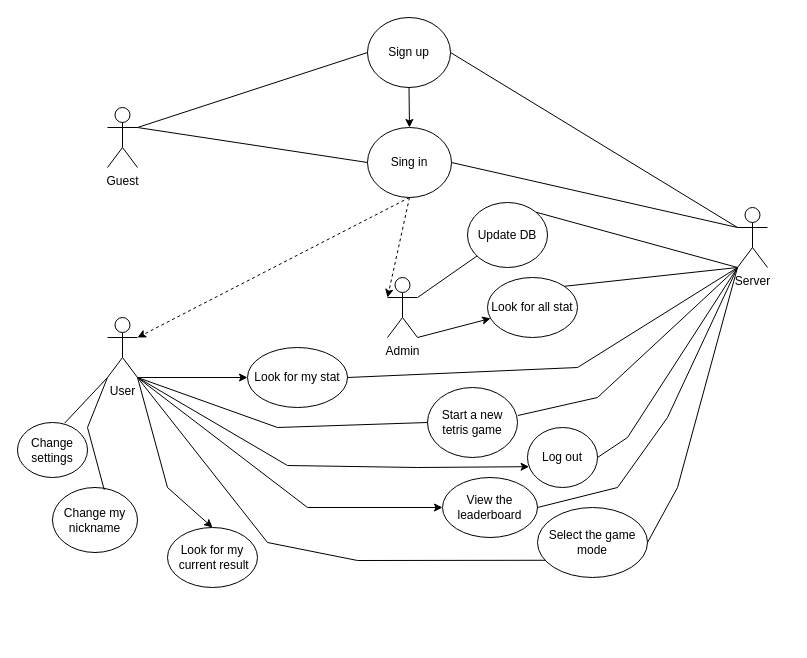
The draw.io diagram page "Usecase" (1 of 2) of diagram.drawio in Esper77/Math-test, before the edit. Source tidied: cells renumbered, new cells numbered last; positions are measured from the earlier drawing's top-left corner, leaving out a move shared by most shapes. Both pictures are drawn from the tidied source at 100%, with x=0, y=0 at pixel (17, 17).
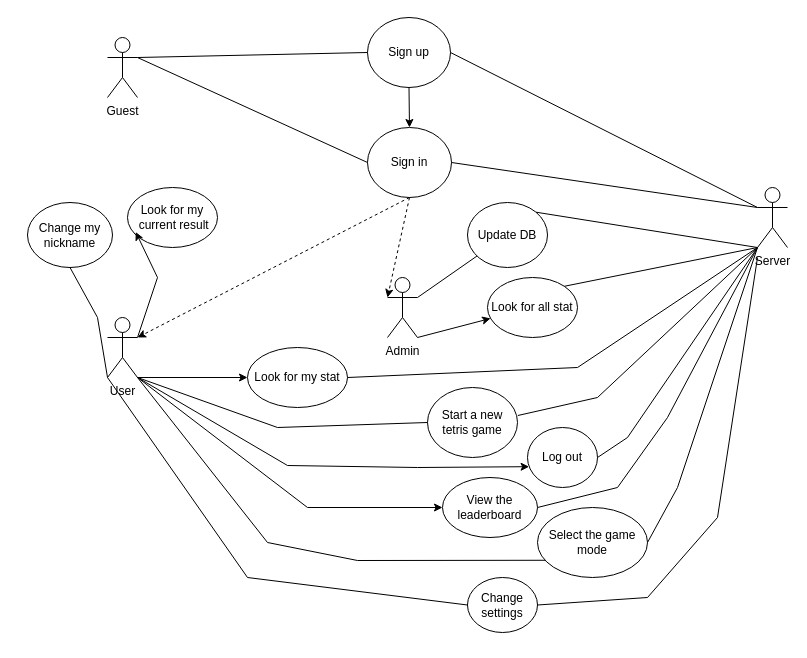
The same page after the edit.

Unchanged cells that the change refers to:
```xml
<mxCell id="4" value="User" style="shape=umlActor;verticalLabelPosition=bottom;verticalAlign=top;html=1;outlineConnect=0;" parent="1" vertex="1">
  <mxGeometry x="90" y="300" width="30" height="60" as="geometry" />
</mxCell>
<mxCell id="24" value="Select the game mode" style="ellipse;whiteSpace=wrap;html=1;" parent="1" vertex="1">
  <mxGeometry x="520" y="490" width="110" height="70" as="geometry" />
</mxCell>
<mxCell id="25" value="Start a new tetris game" style="ellipse;whiteSpace=wrap;html=1;" parent="1" vertex="1">
  <mxGeometry x="410" y="370" width="90" height="70" as="geometry" />
</mxCell>
<mxCell id="32" value="Log out" style="ellipse;whiteSpace=wrap;html=1;" parent="1" vertex="1">
  <mxGeometry x="510" y="410" width="70" height="60" as="geometry" />
</mxCell>
```

The edit, as a diff of the source:
```diff
@@
     <mxCell id="2" value="Guest" style="shape=umlActor;verticalLabelPosition=bottom;verticalAlign=top;html=1;outlineConnect=0;" parent="1" vertex="1">
-      <mxGeometry x="90" y="90" width="30" height="60" as="geometry" />
+      <mxGeometry x="90" y="20" width="30" height="60" as="geometry" />
     </mxCell>
@@
-    <mxCell id="6" value="Sing in" style="ellipse;whiteSpace=wrap;html=1;" parent="1" vertex="1">
+    <mxCell id="6" value="Sign in" style="ellipse;whiteSpace=wrap;html=1;" parent="1" vertex="1">
       <mxGeometry x="350" y="110" width="84" height="70" as="geometry" />
     </mxCell>
@@
     <mxCell id="8" value="Server&lt;div&gt;&lt;br&gt;&lt;/div&gt;" style="shape=umlActor;verticalLabelPosition=bottom;verticalAlign=top;html=1;outlineConnect=0;" parent="1" vertex="1">
-      <mxGeometry x="720" y="190" width="30" height="60" as="geometry" />
+      <mxGeometry x="740" y="170" width="30" height="60" as="geometry" />
     </mxCell>
@@
     <mxCell id="28" value="Change settings" style="ellipse;whiteSpace=wrap;html=1;" parent="1" vertex="1">
-      <mxGeometry y="405" width="70" height="55" as="geometry" />
+      <mxGeometry x="450" y="560" width="70" height="55" as="geometry" />
     </mxCell>
-    <mxCell id="29" style="endArrow=none;html=1;rounded=0;entryX=0.674;entryY=0.011;entryDx=0;entryDy=0;entryPerimeter=0;endFill=1;exitX=0;exitY=1;exitDx=0;exitDy=0;exitPerimeter=0;startFill=0;" parent="1" edge="1" source="4" target="28">
-      <mxGeometry relative="1" as="geometry" />
+    <mxCell id="29" style="endArrow=none;html=1;rounded=0;entryX=0;entryY=0.5;entryDx=0;entryDy=0;endFill=1;exitX=0;exitY=1;exitDx=0;exitDy=0;exitPerimeter=0;startFill=0;" parent="1" edge="1" source="4" target="28">
+      <mxGeometry relative="1" as="geometry">
+        <Array as="points">
+          <mxPoint x="230" y="560" />
+        </Array>
+      </mxGeometry>
     </mxCell>
@@
-    <mxCell id="33" style="endArrow=none;html=1;rounded=0;entryX=1.004;entryY=0.4;entryDx=0;entryDy=0;entryPerimeter=0;" parent="1" edge="1" target="25">
+    <mxCell id="33" style="endArrow=none;html=1;rounded=0;entryX=1.004;entryY=0.4;entryDx=0;entryDy=0;entryPerimeter=0;exitX=0;exitY=1;exitDx=0;exitDy=0;exitPerimeter=0;" parent="1" edge="1" source="8" target="25">
       <mxGeometry relative="1" as="geometry">
-        <mxPoint x="720" y="250" as="sourcePoint" />
         <Array as="points">
           <mxPoint x="580" y="380" />
         </Array>
       </mxGeometry>
     </mxCell>
@@
-    <mxCell id="35" style="endArrow=none;html=1;rounded=0;exitX=1;exitY=0.5;exitDx=0;exitDy=0;" parent="1" edge="1" source="32">
+    <mxCell id="35" style="endArrow=none;html=1;rounded=0;exitX=1;exitY=0.5;exitDx=0;exitDy=0;entryX=0;entryY=1;entryDx=0;entryDy=0;entryPerimeter=0;" parent="1" edge="1" source="32" target="8">
       <mxGeometry relative="1" as="geometry">
-        <mxPoint x="720" y="250" as="targetPoint" />
         <Array as="points">
           <mxPoint x="610" y="420" />
         </Array>
       </mxGeometry>
     </mxCell>
     <mxCell id="36" value="Look for my&lt;div&gt;&lt;span style=&quot;background-color: transparent; color: light-dark(rgb(0, 0, 0), rgb(255, 255, 255));&quot;&gt;&amp;nbsp;current result&lt;/span&gt;&lt;/div&gt;" style="ellipse;whiteSpace=wrap;html=1;" parent="1" vertex="1">
-      <mxGeometry x="150" y="510" width="90" height="60" as="geometry" />
+      <mxGeometry x="110" y="170" width="90" height="60" as="geometry" />
     </mxCell>
     <mxCell id="37" value="Change my nickname" style="ellipse;whiteSpace=wrap;html=1;" parent="1" vertex="1">
-      <mxGeometry x="35" y="470" width="85" height="65" as="geometry" />
+      <mxGeometry x="10" y="185" width="85" height="65" as="geometry" />
     </mxCell>
-    <mxCell id="38" style="endArrow=none;html=1;rounded=0;exitX=1;exitY=0.5;exitDx=0;exitDy=0;" parent="1" edge="1" source="24">
+    <mxCell id="38" style="endArrow=none;html=1;rounded=0;exitX=1;exitY=0.5;exitDx=0;exitDy=0;entryX=0;entryY=1;entryDx=0;entryDy=0;entryPerimeter=0;" parent="1" edge="1" source="24" target="8">
       <mxGeometry relative="1" as="geometry">
-        <mxPoint x="720" y="250" as="targetPoint" />
         <Array as="points">
           <mxPoint x="660" y="470" />
         </Array>
       </mxGeometry>
     </mxCell>
@@
-    <mxCell id="41" style="endArrow=classic;html=1;rounded=0;entryX=0.5;entryY=0;entryDx=0;entryDy=0;exitX=1;exitY=1;exitDx=0;exitDy=0;exitPerimeter=0;" parent="1" edge="1" source="4" target="36">
+    <mxCell id="41" style="endArrow=classic;html=1;rounded=0;entryX=0.091;entryY=0.741;entryDx=0;entryDy=0;exitX=1;exitY=0.3333333333333333;exitDx=0;exitDy=0;exitPerimeter=0;entryPerimeter=0;" parent="1" edge="1" source="4" target="36">
       <mxGeometry relative="1" as="geometry">
         <Array as="points">
-          <mxPoint x="150" y="470" />
+          <mxPoint x="140" y="260" />
         </Array>
       </mxGeometry>
     </mxCell>
-    <mxCell id="42" style="endArrow=none;html=1;rounded=0;exitX=0;exitY=1;exitDx=0;exitDy=0;exitPerimeter=0;entryX=0.609;entryY=0.037;entryDx=0;entryDy=0;entryPerimeter=0;startFill=0;" parent="1" edge="1" source="4" target="37">
+    <mxCell id="42" style="endArrow=none;html=1;rounded=0;exitX=0;exitY=1;exitDx=0;exitDy=0;exitPerimeter=0;entryX=0.5;entryY=1;entryDx=0;entryDy=0;startFill=0;" parent="1" edge="1" source="4" target="37">
       <mxGeometry relative="1" as="geometry">
         <Array as="points">
-          <mxPoint x="70" y="410" />
+          <mxPoint x="80" y="300" />
         </Array>
       </mxGeometry>
     </mxCell>
@@
+    <mxCell id="44" style="endArrow=none;html=1;rounded=0;exitX=1;exitY=0.5;exitDx=0;exitDy=0;" parent="1" edge="1" source="28">
+      <mxGeometry relative="1" as="geometry">
+        <mxPoint x="740" y="240" as="targetPoint" />
+        <Array as="points">
+          <mxPoint x="630" y="580" />
+          <mxPoint x="700" y="500" />
+        </Array>
+      </mxGeometry>
+    </mxCell>
```
